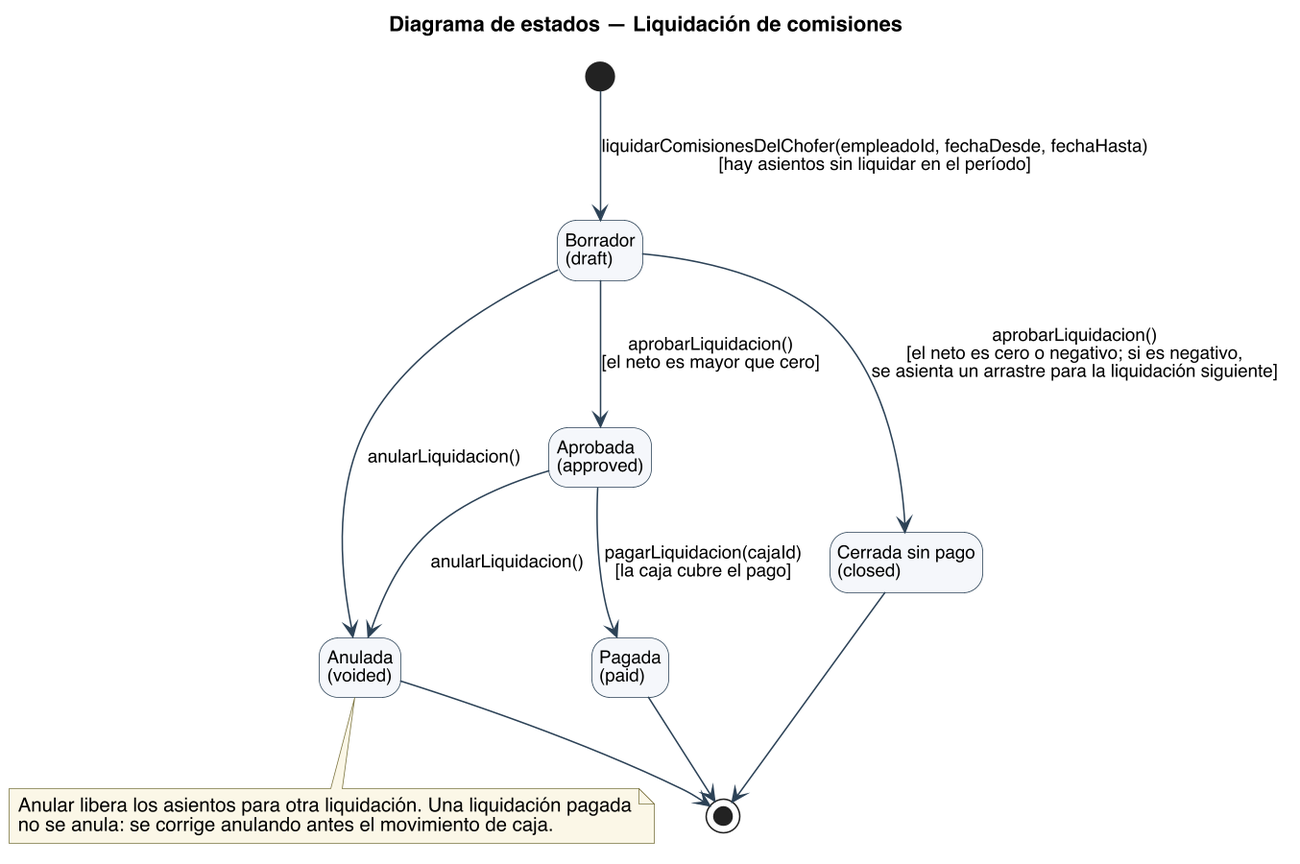
Above: diagramas/uml/UML_Estados_LiquidacionComisiones.png in Nahuelito-Dev/splg-docs (PlantUML), before the change.
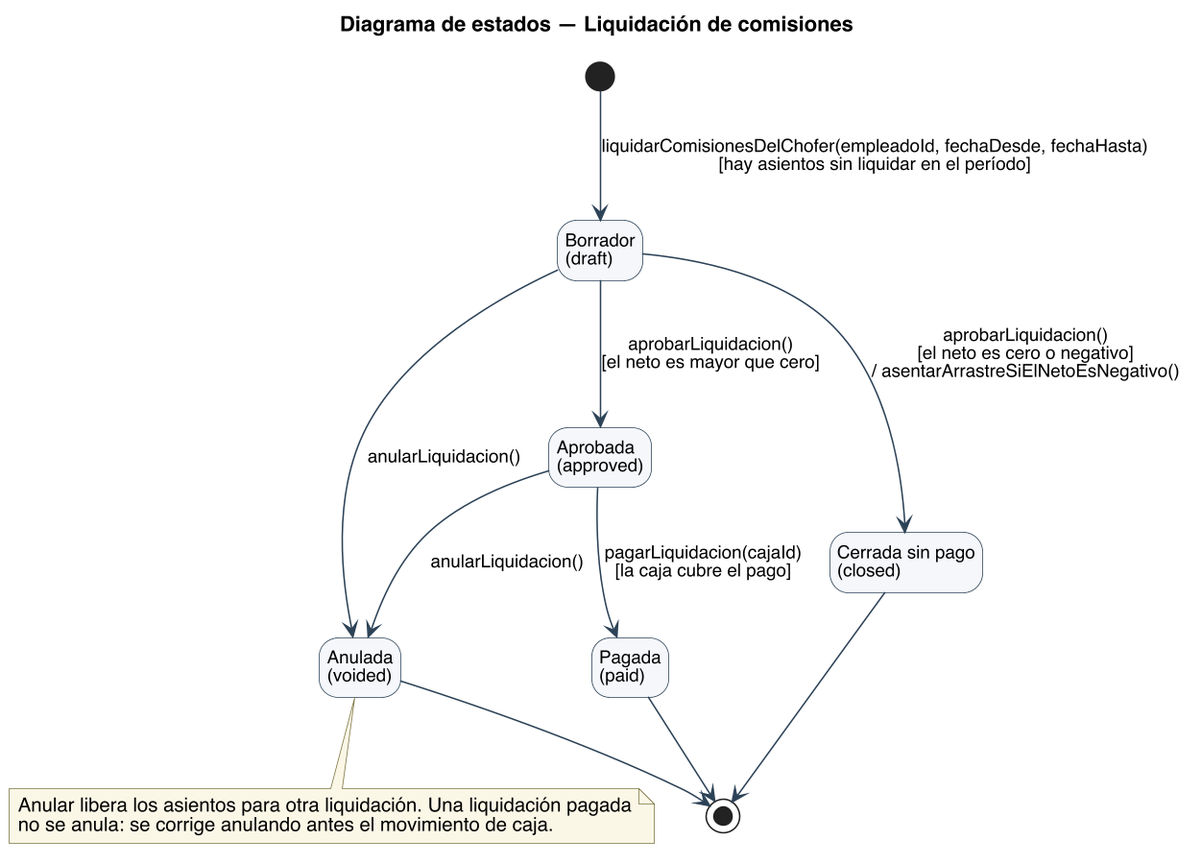
The same file after the commit.

The edit, as a diff of the source:
```diff
@@ -25,7 +25,7 @@
 
 [*] --> BOR : liquidarComisionesDelChofer(empleadoId, fechaDesde, fechaHasta)\n[hay asientos sin liquidar en el período]
 BOR --> APR : aprobarLiquidacion()\n[el neto es mayor que cero]
-BOR --> CIE : aprobarLiquidacion()\n[el neto es cero o negativo; si es negativo,\nse asienta un arrastre para la liquidación siguiente]
+BOR --> CIE : aprobarLiquidacion()\n[el neto es cero o negativo]\n/ asentarArrastreSiElNetoEsNegativo()
 APR --> PAG : pagarLiquidacion(cajaId)\n[la caja cubre el pago]
 BOR --> ANU : anularLiquidacion()
 APR --> ANU : anularLiquidacion()
```
